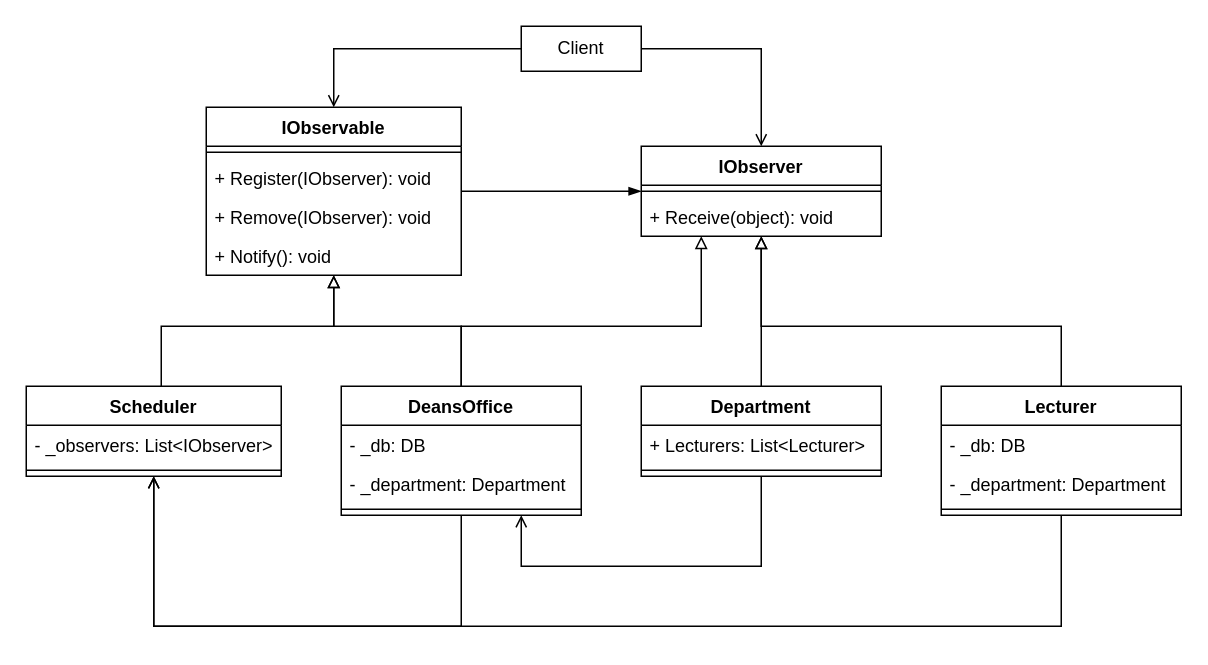
Above: Observer/Observer.drawio in BestSeal/GoF_Patterns (draw.io), before the change. Source tidied: cells renumbered, new cells numbered last; positions are measured from the earlier drawing's top-left corner, leaving out a move shared by most shapes. Both pictures are drawn from the tidied source at 150%, with x=0, y=0 at pixel (26, 26).
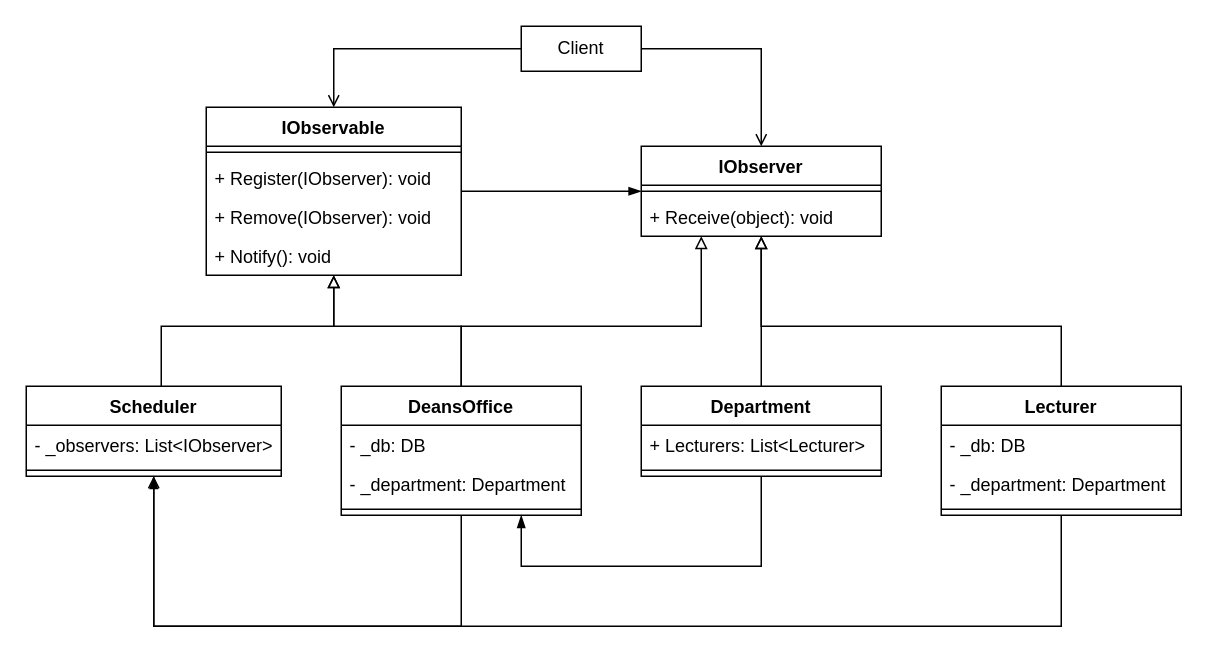
The same diagram, later.

Unchanged cells that the change refers to:
```xml
<mxCell id="16" value="Department" style="swimlane;fontStyle=1;align=center;verticalAlign=top;horizontal=1;startSize=26;" parent="1" vertex="1">
  <mxGeometry x="410" y="240" width="160" height="60" as="geometry" />
</mxCell>
<mxCell id="28" value="DeansOffice" style="swimlane;fontStyle=1;align=center;verticalAlign=top;horizontal=1;startSize=26;" parent="1" vertex="1">
  <mxGeometry x="210" y="240" width="160" height="86" as="geometry" />
</mxCell>
<mxCell id="33" value="Scheduler" style="swimlane;fontStyle=1;align=center;verticalAlign=top;horizontal=1;startSize=26;" parent="1" vertex="1">
  <mxGeometry y="240" width="170" height="60" as="geometry" />
</mxCell>
```

Diff of the diagram source:
```diff
@@
-    <mxCell id="15" style="edgeStyle=orthogonalEdgeStyle;rounded=0;jettySize=auto;html=1;endArrow=open;endFill=0;" parent="1" edge="1" source="16" target="28">
+    <mxCell id="15" style="edgeStyle=orthogonalEdgeStyle;rounded=0;jettySize=auto;html=1;endArrow=blockThin;endFill=1;" parent="1" edge="1" source="16" target="28">
       <mxGeometry relative="1" as="geometry">
         <Array as="points">
           <mxPoint x="490" y="360" />
           <mxPoint x="330" y="360" />
         </Array>
       </mxGeometry>
     </mxCell>
@@
-    <mxCell id="27" style="edgeStyle=orthogonalEdgeStyle;rounded=0;jettySize=auto;html=1;endArrow=open;endFill=0;" parent="1" edge="1" source="28" target="33">
+    <mxCell id="27" style="edgeStyle=orthogonalEdgeStyle;rounded=0;jettySize=auto;html=1;endArrow=blockThin;endFill=1;" parent="1" edge="1" source="28" target="33">
       <mxGeometry relative="1" as="geometry">
         <Array as="points">
           <mxPoint x="290" y="400" />
           <mxPoint x="85" y="400" />
         </Array>
       </mxGeometry>
     </mxCell>
```
